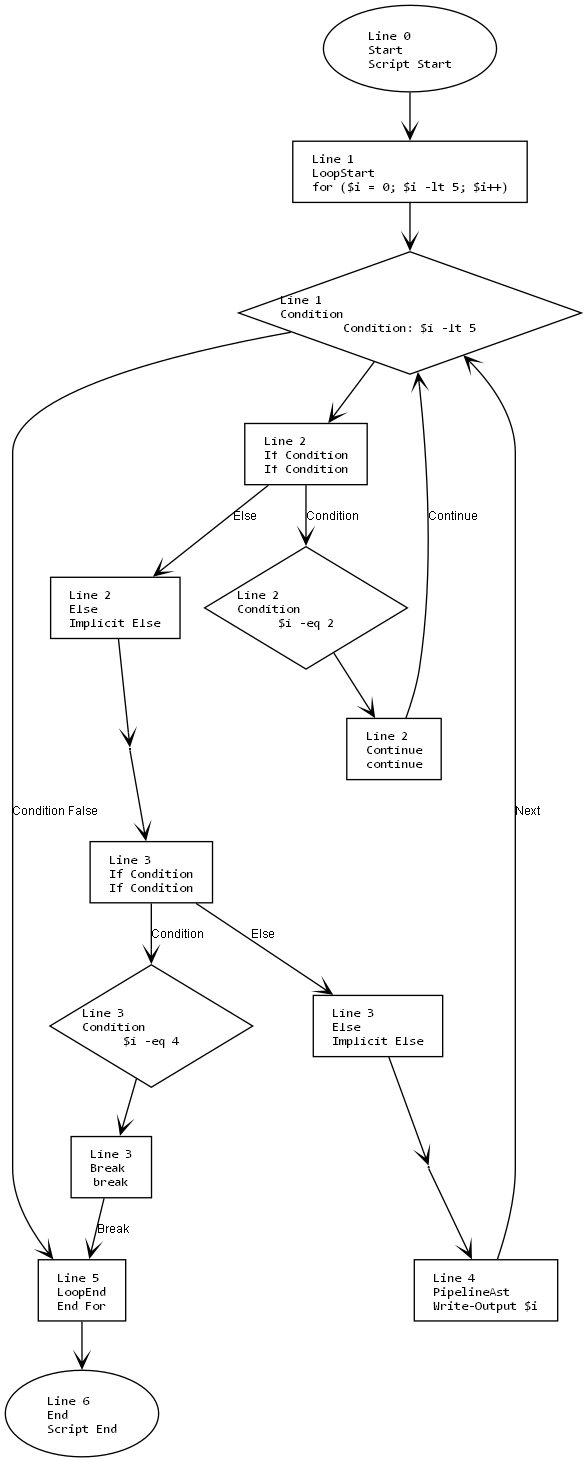
The Graphviz diagram in/in.png in mine41/deob, before a commit. Its source is kept beside it as in/in.dot.
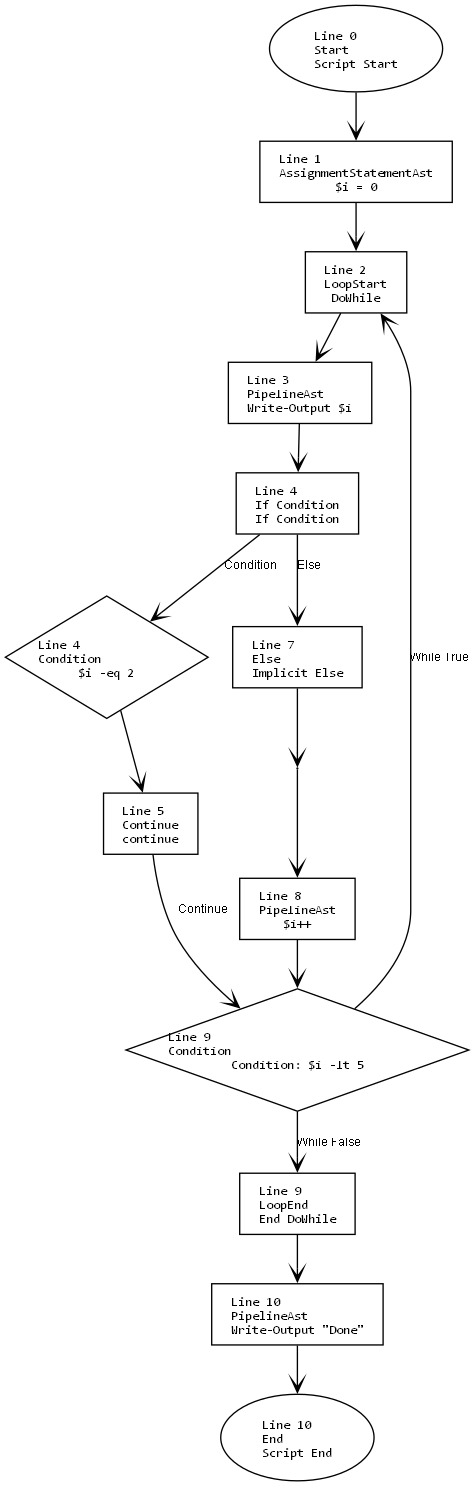
The same file after the commit.

Commit message:
完成break continue

Change to the diagram source:
```diff
@@ -11,38 +11,33 @@
     edge [fontname="Arial", arrowhead=vee, fontsize=9];
 
     1 [label="Line 0\lStart\lScript Start", shape=oval];
-    2 [label="Line 6\lEnd\lScript End", shape=oval];
-    3 [label="Line 1\lLoopStart\lfor ($i = 0; $i -lt 5; $i++)", shape=box];
-    4 [label="Line 1\lCondition\lCondition: $i -lt 5", shape=diamond];
-    5 [label="Line 5\lLoopEnd\lEnd For", shape=box];
-    6 [label="Line 2\lIf Condition\lIf Condition", shape=box];
-    7 [label="Line 2\lCondition\l$i -eq 2", shape=diamond];
-    8 [label="Line 2\lContinue\lcontinue", shape=box];
-    9 [label="Line 2\lElse\lImplicit Else", shape=box];
-    10 [label="Line 2\lMerge\lIf-End", shape=point];
-    11 [label="Line 3\lIf Condition\lIf Condition", shape=box];
-    12 [label="Line 3\lCondition\l$i -eq 4", shape=diamond];
-    13 [label="Line 3\lBreak\lbreak", shape=box];
-    14 [label="Line 3\lElse\lImplicit Else", shape=box];
-    15 [label="Line 3\lMerge\lIf-End", shape=point];
-    16 [label="Line 4\lPipelineAst\lWrite-Output $i", shape=box];
+    2 [label="Line 10\lEnd\lScript End", shape=oval];
+    3 [label="Line 1\lAssignmentStatementAst\l$i = 0", shape=box];
+    4 [label="Line 2\lLoopStart\lDoWhile", shape=box];
+    5 [label="Line 9\lCondition\lCondition: $i -lt 5", shape=diamond];
+    6 [label="Line 9\lLoopEnd\lEnd DoWhile", shape=box];
+    7 [label="Line 3\lPipelineAst\lWrite-Output $i", shape=box];
+    8 [label="Line 4\lIf Condition\lIf Condition", shape=box];
+    9 [label="Line 4\lCondition\l$i -eq 2", shape=diamond];
+    10 [label="Line 5\lContinue\lcontinue", shape=box];
+    11 [label="Line 7\lElse\lImplicit Else", shape=box];
+    12 [label="Line 7\lMerge\lIf-End", shape=point];
+    13 [label="Line 8\lPipelineAst\l$i++", shape=box];
+    14 [label="Line 10\lPipelineAst\lWrite-Output \"Done\"", shape=box];
 
     1 -> 3;
     3 -> 4;
-    4 -> 6;
-    6 -> 7 [label="Condition"];
+    4 -> 7;
     7 -> 8;
-    8 -> 4 [label="Continue"];
-    6 -> 9 [label="Else"];
+    8 -> 9 [label="Condition"];
     9 -> 10;
-    10 -> 11;
-    11 -> 12 [label="Condition"];
+    10 -> 5 [label="Continue"];
+    8 -> 11 [label="Else"];
+    11 -> 12;
     12 -> 13;
-    13 -> 5 [label="Break"];
-    11 -> 14 [label="Else"];
-    14 -> 15;
-    15 -> 16;
-    16 -> 4 [label="Next"];
-    4 -> 5 [label="Condition False"];
-    5 -> 2;
+    13 -> 5;
+    5 -> 4 [label="While True"];
+    5 -> 6 [label="While False"];
+    6 -> 14;
+    14 -> 2;
 }
```
